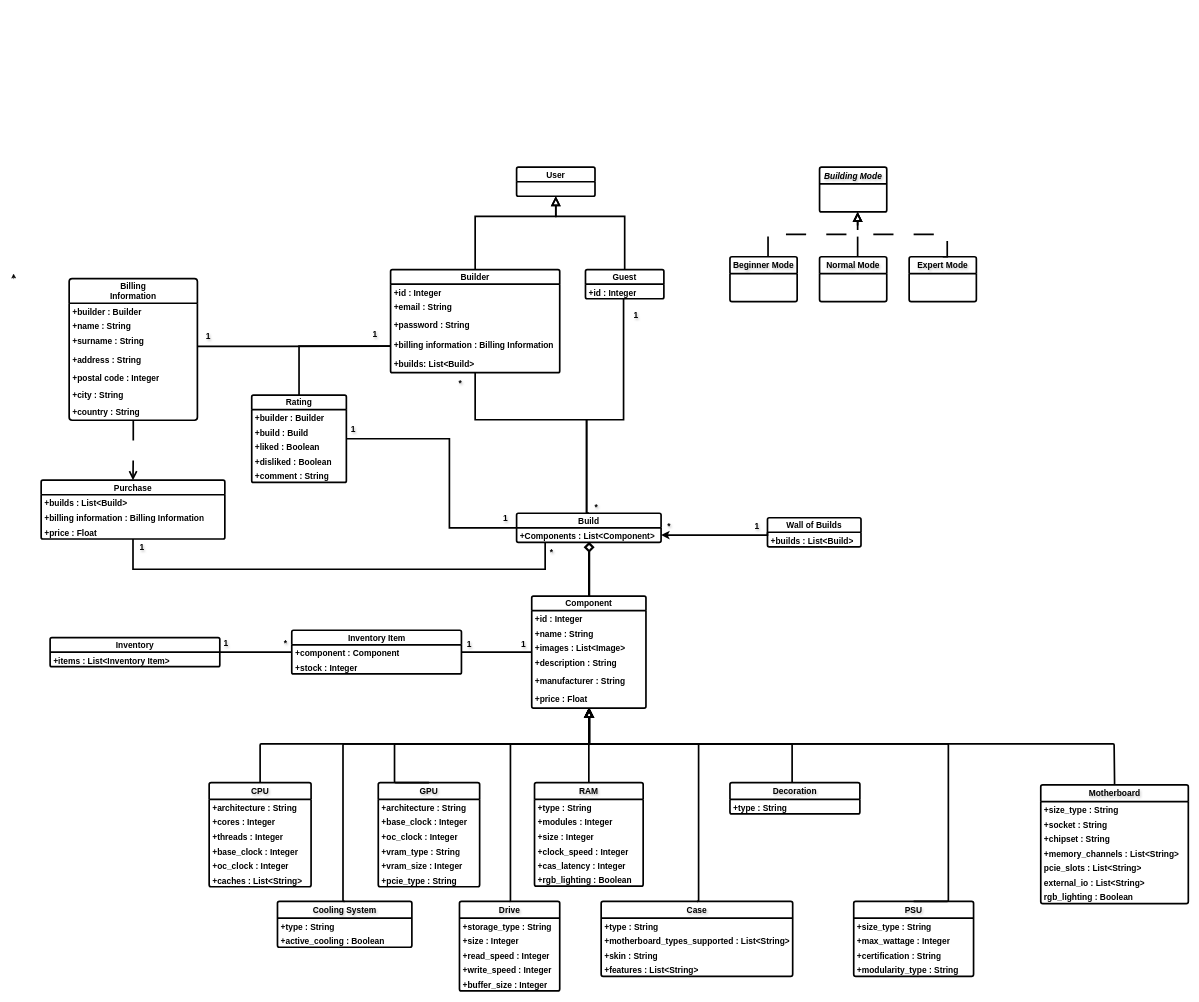
This is Report Files/2ο Παραδοτέο/Domain Model v0.2/domain_model v0.2.drawio from mpapasterg/click-n-build, a draw.io file, before an edit. Source tidied: cells renumbered, new cells numbered last; positions are measured from the earlier drawing's top-left corner, leaving out a move shared by most shapes. Both pictures are drawn from the tidied source at 56%, with x=0, y=0 at pixel (13, 10).
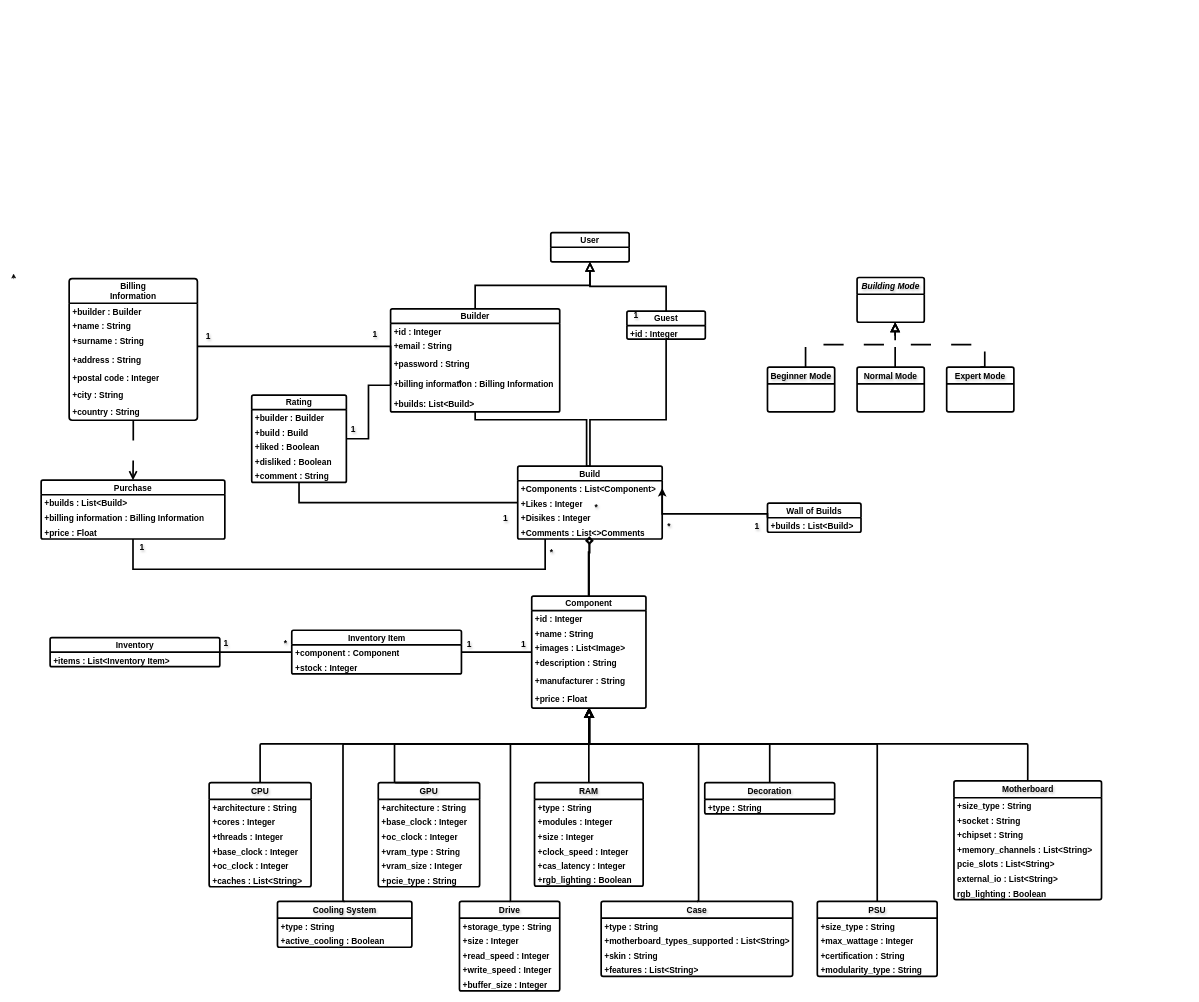
Above is the later version.

Commit message (it also covers changes not shown here):
domain model v0.2 almost ready

The change refers to these unchanged cells:
```xml
<mxCell id="42" value="+Components : List&amp;lt;Component&amp;gt;" style="text;strokeColor=none;fillColor=none;align=left;verticalAlign=top;spacingLeft=4;spacingRight=4;overflow=hidden;points=[[0,0.5],[1,0.5]];portConstraint=eastwest;whiteSpace=wrap;html=1;fontFamily=Helvetica;fontSize=15;fontColor=#000000;fontStyle=1;labelBorderColor=none;labelBackgroundColor=none;" parent="41" vertex="1">
  <mxGeometry y="26" width="258" height="26" as="geometry" />
</mxCell>
<mxCell id="43" value="Component" style="swimlane;fontStyle=1;horizontal=1;startSize=26;fillColor=none;whiteSpace=wrap;html=1;rounded=1;shadow=0;dashed=0;strokeColor=#000000;strokeWidth=3;align=center;verticalAlign=middle;arcSize=4;fontFamily=Helvetica;fontSize=15;fontColor=#000000;labelBorderColor=none;labelBackgroundColor=none;" parent="1" vertex="1">
  <mxGeometry x="925" y="1047" width="204" height="200" as="geometry" />
</mxCell>
<mxCell id="115" value="Rating" style="swimlane;fontStyle=1;horizontal=1;startSize=26;fillColor=none;whiteSpace=wrap;html=1;rounded=1;shadow=0;dashed=0;strokeColor=#000000;strokeWidth=3;align=center;verticalAlign=middle;arcSize=4;fontFamily=Helvetica;fontSize=15;fontColor=#000000;labelBorderColor=none;labelBackgroundColor=none;" parent="1" vertex="1">
  <mxGeometry x="425" y="688" width="169" height="156" as="geometry" />
</mxCell>
```

The edit, as a diff of the source:
```diff
@@
     <mxCell id="6" style="edgeStyle=orthogonalEdgeStyle;rounded=1;jettySize=auto;html=1;endSize=10;endArrow=block;endFill=0;textShadow=1;labelBorderColor=none;strokeColor=#000000;fontColor=#000000;labelBackgroundColor=none;strokeWidth=3;fontSize=15;fontStyle=1;shadow=0;dashed=0;align=center;verticalAlign=middle;arcSize=4;fontFamily=Helvetica;startSize=30;fillColor=none;" parent="1" edge="1" source="92" target="43">
       <mxGeometry relative="1" as="geometry">
         <Array as="points">
-          <mxPoint x="1390" y="1311" />
+          <mxPoint x="1350" y="1311" />
           <mxPoint x="1027" y="1311" />
         </Array>
       </mxGeometry>
     </mxCell>
@@
     <mxCell id="8" style="edgeStyle=orthogonalEdgeStyle;rounded=1;jettySize=auto;html=1;endSize=10;endArrow=block;endFill=0;exitX=0.5;exitY=0;exitDx=0;exitDy=0;textShadow=1;labelBorderColor=none;strokeColor=#000000;fontColor=#000000;labelBackgroundColor=none;strokeWidth=3;fontSize=15;fontStyle=1;shadow=0;dashed=0;align=center;verticalAlign=middle;arcSize=4;fontFamily=Helvetica;startSize=30;fillColor=none;" parent="1" edge="1" source="70" target="43">
       <mxGeometry relative="1" as="geometry">
         <Array as="points">
-          <mxPoint x="1669" y="1311" />
+          <mxPoint x="1542" y="1311" />
           <mxPoint x="1027" y="1311" />
         </Array>
       </mxGeometry>
     </mxCell>
     <mxCell id="9" style="edgeStyle=orthogonalEdgeStyle;rounded=1;jettySize=auto;html=1;endSize=10;endArrow=block;endFill=0;exitX=0.5;exitY=0;exitDx=0;exitDy=0;textShadow=1;labelBorderColor=none;strokeColor=#000000;fontColor=#000000;labelBackgroundColor=none;strokeWidth=3;fontSize=15;fontStyle=1;shadow=0;dashed=0;align=center;verticalAlign=middle;arcSize=4;fontFamily=Helvetica;startSize=30;fillColor=none;" parent="1" edge="1" source="75" target="43">
       <mxGeometry relative="1" as="geometry">
         <Array as="points">
-          <mxPoint x="1965" y="1380" />
-          <mxPoint x="1965" y="1311" />
+          <mxPoint x="1811" y="1311" />
           <mxPoint x="1028" y="1311" />
         </Array>
       </mxGeometry>
     </mxCell>
@@
     <mxCell id="12" value="Builder" style="swimlane;fontStyle=1;horizontal=1;startSize=26;fillColor=none;whiteSpace=wrap;html=1;rounded=1;shadow=0;dashed=0;strokeColor=#000000;strokeWidth=3;align=center;verticalAlign=middle;arcSize=4;fontFamily=Helvetica;fontSize=15;fontColor=#000000;labelBorderColor=none;labelBackgroundColor=none;" parent="1" vertex="1">
-      <mxGeometry x="673" y="464" width="302" height="184" as="geometry" />
+      <mxGeometry x="673" y="534" width="302" height="184" as="geometry" />
     </mxCell>
@@
     <mxCell id="18" value="User" style="swimlane;fontStyle=1;horizontal=1;startSize=26;fillColor=none;whiteSpace=wrap;html=1;rounded=1;shadow=0;dashed=0;strokeColor=#000000;strokeWidth=3;align=center;verticalAlign=middle;arcSize=4;fontFamily=Helvetica;fontSize=15;fontColor=#000000;labelBorderColor=none;labelBackgroundColor=none;" parent="1" vertex="1">
-      <mxGeometry x="898" y="281" width="140" height="52" as="geometry" />
+      <mxGeometry x="959" y="398" width="140" height="52" as="geometry" />
     </mxCell>
     <mxCell id="19" style="endArrow=block;endSize=10;endFill=0;shadow=0;strokeWidth=3;rounded=0;curved=0;edgeStyle=elbowEdgeStyle;elbow=vertical;textShadow=1;labelBorderColor=none;strokeColor=#000000;fontColor=#000000;labelBackgroundColor=none;fontSize=15;fontStyle=1;exitX=0.5;exitY=0;exitDx=0;exitDy=0;entryX=0.5;entryY=1;entryDx=0;entryDy=0;" parent="1" edge="1" source="12" target="18">
-      <mxGeometry relative="1" as="geometry">
-        <Array as="points">
-          <mxPoint x="906" y="369" />
-        </Array>
-      </mxGeometry>
+      <mxGeometry relative="1" as="geometry" />
     </mxCell>
@@
     <mxCell id="21" value="Guest" style="swimlane;fontStyle=1;horizontal=1;startSize=26;fillColor=none;whiteSpace=wrap;html=1;rounded=1;shadow=0;dashed=0;strokeColor=#000000;strokeWidth=3;align=center;verticalAlign=middle;arcSize=4;fontFamily=Helvetica;fontSize=15;fontColor=#000000;labelBorderColor=none;labelBackgroundColor=none;" parent="1" vertex="1">
-      <mxGeometry x="1021" y="464" width="140" height="52" as="geometry" />
+      <mxGeometry x="1095" y="538" width="140" height="50" as="geometry" />
     </mxCell>
     <mxCell id="22" value="+id : Integer" style="text;strokeColor=none;fillColor=none;align=left;verticalAlign=top;spacingLeft=4;spacingRight=4;overflow=hidden;whiteSpace=wrap;html=1;fontFamily=Helvetica;fontSize=15;fontColor=#000000;fontStyle=1;labelBorderColor=none;labelBackgroundColor=none;" parent="21" vertex="1">
-      <mxGeometry y="26" width="140" height="26" as="geometry" />
+      <mxGeometry y="26" width="140" height="24" as="geometry" />
     </mxCell>
     <mxCell id="23" style="endArrow=block;endSize=10;endFill=0;shadow=0;strokeWidth=3;rounded=0;curved=0;edgeStyle=elbowEdgeStyle;elbow=vertical;textShadow=1;labelBorderColor=none;strokeColor=#000000;fontColor=#000000;labelBackgroundColor=none;fontSize=15;fontStyle=1;exitX=0.5;exitY=0;exitDx=0;exitDy=0;entryX=0.5;entryY=1;entryDx=0;entryDy=0;" parent="1" edge="1" source="21" target="18">
-      <mxGeometry relative="1" as="geometry">
-        <Array as="points">
-          <mxPoint x="1037" y="369" />
-        </Array>
-      </mxGeometry>
+      <mxGeometry relative="1" as="geometry" />
     </mxCell>
@@
     <mxCell id="34" value="&lt;i style=&quot;font-size: 15px;&quot;&gt;Building Mode&lt;/i&gt;" style="swimlane;fontStyle=1;horizontal=1;startSize=30;whiteSpace=wrap;html=1;textShadow=1;labelBorderColor=none;strokeColor=#000000;fontColor=#000000;labelBackgroundColor=none;fillColor=none;fontSize=15;strokeWidth=3;rounded=1;shadow=0;dashed=0;align=center;verticalAlign=middle;arcSize=4;fontFamily=Helvetica;" parent="1" vertex="1">
-      <mxGeometry x="1439" y="281" width="120" height="80" as="geometry" />
+      <mxGeometry x="1506" y="478" width="120" height="80" as="geometry" />
     </mxCell>
     <mxCell id="35" value="Beginner Mode" style="swimlane;fontStyle=1;horizontal=1;startSize=30;whiteSpace=wrap;html=1;textShadow=1;labelBorderColor=none;strokeColor=#000000;fontColor=#000000;labelBackgroundColor=none;fillColor=none;fontSize=15;strokeWidth=3;rounded=1;shadow=0;dashed=0;align=center;verticalAlign=middle;arcSize=4;fontFamily=Helvetica;" parent="1" vertex="1">
-      <mxGeometry x="1279" y="441" width="120" height="80" as="geometry" />
+      <mxGeometry x="1346" y="638" width="120" height="80" as="geometry" />
     </mxCell>
     <mxCell id="36" value="Normal Mode" style="swimlane;fontStyle=1;horizontal=1;startSize=30;whiteSpace=wrap;html=1;textShadow=1;labelBorderColor=none;strokeColor=#000000;fontColor=#000000;labelBackgroundColor=none;fillColor=none;fontSize=15;strokeWidth=3;rounded=1;shadow=0;dashed=0;align=center;verticalAlign=middle;arcSize=4;fontFamily=Helvetica;" parent="1" vertex="1">
-      <mxGeometry x="1439" y="441" width="120" height="80" as="geometry" />
+      <mxGeometry x="1506" y="638" width="120" height="80" as="geometry" />
     </mxCell>
     <mxCell id="37" value="Expert Mode" style="swimlane;fontStyle=1;horizontal=1;startSize=30;whiteSpace=wrap;html=1;textShadow=1;labelBorderColor=none;strokeColor=#000000;fontColor=#000000;labelBackgroundColor=none;fillColor=none;fontSize=15;strokeWidth=3;rounded=1;shadow=0;dashed=0;align=center;verticalAlign=middle;arcSize=4;fontFamily=Helvetica;" parent="1" vertex="1">
-      <mxGeometry x="1599" y="441" width="120" height="80" as="geometry" />
+      <mxGeometry x="1666" y="638" width="120" height="80" as="geometry" />
     </mxCell>
     <mxCell id="38" style="edgeStyle=orthogonalEdgeStyle;rounded=0;jettySize=auto;html=1;entryX=0.5;entryY=1;entryDx=0;entryDy=0;dashed=1;dashPattern=12 12;endArrow=block;endFill=0;endSize=10;textShadow=1;labelBorderColor=none;strokeColor=#000000;fontColor=#000000;labelBackgroundColor=none;strokeWidth=3;fontSize=15;fontStyle=1;exitX=0.5;exitY=0;exitDx=0;exitDy=0;" parent="1" edge="1" source="37">
       <mxGeometry relative="1" as="geometry">
-        <mxPoint x="1507" y="361" as="targetPoint" />
+        <mxPoint x="1574" y="558" as="targetPoint" />
         <Array as="points">
-          <mxPoint x="1667" y="441" />
-          <mxPoint x="1667" y="401" />
-          <mxPoint x="1507" y="401" />
+          <mxPoint x="1734" y="638" />
+          <mxPoint x="1734" y="598" />
+          <mxPoint x="1574" y="598" />
         </Array>
       </mxGeometry>
     </mxCell>
     <mxCell id="39" style="edgeStyle=orthogonalEdgeStyle;rounded=0;orthogonalLoop=1;jettySize=auto;html=1;entryX=0.5;entryY=1;entryDx=0;entryDy=0;dashed=1;dashPattern=12 12;endArrow=block;endFill=0;endSize=10;textShadow=1;labelBorderColor=none;strokeColor=#000000;fontColor=#000000;labelBackgroundColor=none;strokeWidth=3;fontSize=15;fontStyle=1;" parent="1" edge="1">
       <mxGeometry relative="1" as="geometry">
-        <mxPoint x="1507" y="441" as="sourcePoint" />
-        <mxPoint x="1507" y="361" as="targetPoint" />
+        <mxPoint x="1574" y="638" as="sourcePoint" />
+        <mxPoint x="1574" y="558" as="targetPoint" />
       </mxGeometry>
     </mxCell>
     <mxCell id="40" style="edgeStyle=orthogonalEdgeStyle;rounded=0;orthogonalLoop=1;jettySize=auto;html=1;entryX=0.5;entryY=1;entryDx=0;entryDy=0;dashed=1;dashPattern=12 12;endArrow=block;endFill=0;endSize=10;textShadow=1;labelBorderColor=none;strokeColor=#000000;fontColor=#000000;labelBackgroundColor=none;strokeWidth=3;fontSize=15;fontStyle=1;" parent="1" edge="1">
       <mxGeometry relative="1" as="geometry">
-        <mxPoint x="1347" y="441" as="sourcePoint" />
-        <mxPoint x="1507" y="361" as="targetPoint" />
+        <mxPoint x="1414" y="638" as="sourcePoint" />
+        <mxPoint x="1574" y="558" as="targetPoint" />
         <Array as="points">
-          <mxPoint x="1347" y="401" />
-          <mxPoint x="1507" y="401" />
+          <mxPoint x="1414" y="598" />
+          <mxPoint x="1574" y="598" />
         </Array>
       </mxGeometry>
     </mxCell>
     <mxCell id="41" value="Build" style="swimlane;fontStyle=1;horizontal=1;startSize=26;fillColor=none;whiteSpace=wrap;html=1;rounded=1;shadow=0;dashed=0;strokeColor=#000000;strokeWidth=3;align=center;verticalAlign=middle;arcSize=4;fontFamily=Helvetica;fontSize=15;fontColor=#000000;labelBorderColor=none;labelBackgroundColor=none;" parent="1" vertex="1">
-      <mxGeometry x="898" y="899" width="258" height="52" as="geometry" />
+      <mxGeometry x="900" y="815" width="258" height="130" as="geometry" />
     </mxCell>
@@
+    <mxCell id="140" value="+Likes : Integer" style="text;strokeColor=none;fillColor=none;align=left;verticalAlign=top;spacingLeft=4;spacingRight=4;overflow=hidden;whiteSpace=wrap;html=1;fontFamily=Helvetica;fontSize=15;fontColor=#000000;fontStyle=1;labelBorderColor=none;labelBackgroundColor=none;" parent="41" vertex="1">
+      <mxGeometry y="52" width="258" height="26" as="geometry" />
+    </mxCell>
+    <mxCell id="141" value="+Disikes : Integer" style="text;strokeColor=none;fillColor=none;align=left;verticalAlign=top;spacingLeft=4;spacingRight=4;overflow=hidden;whiteSpace=wrap;html=1;fontFamily=Helvetica;fontSize=15;fontColor=#000000;fontStyle=1;labelBorderColor=none;labelBackgroundColor=none;" parent="41" vertex="1">
+      <mxGeometry y="78" width="258" height="26" as="geometry" />
+    </mxCell>
+    <mxCell id="142" value="+Comments : List&amp;lt;&amp;gt;Comments" style="text;strokeColor=none;fillColor=none;align=left;verticalAlign=top;spacingLeft=4;spacingRight=4;overflow=hidden;points=[[0,0.5],[1,0.5]];portConstraint=eastwest;whiteSpace=wrap;html=1;fontFamily=Helvetica;fontSize=15;fontColor=#000000;fontStyle=1;labelBorderColor=none;labelBackgroundColor=none;" parent="41" vertex="1">
+      <mxGeometry y="104" width="258" height="26" as="geometry" />
+    </mxCell>
@@
     <mxCell id="70" value="PSU" style="swimlane;fontStyle=1;horizontal=1;startSize=30;whiteSpace=wrap;html=1;textShadow=1;labelBorderColor=none;strokeColor=#000000;fontColor=#000000;labelBackgroundColor=none;fillColor=none;fontSize=15;strokeWidth=3;rounded=1;shadow=0;dashed=0;align=center;verticalAlign=middle;arcSize=4;fontFamily=Helvetica;" parent="1" vertex="1">
-      <mxGeometry x="1500" y="1592" width="214" height="134" as="geometry" />
+      <mxGeometry x="1435" y="1592" width="214" height="134" as="geometry" />
     </mxCell>
@@
     <mxCell id="75" value="Motherboard" style="swimlane;fontStyle=1;horizontal=1;startSize=30;whiteSpace=wrap;html=1;textShadow=1;labelBorderColor=none;strokeColor=#000000;fontColor=#000000;labelBackgroundColor=none;fillColor=none;fontSize=15;strokeWidth=3;rounded=1;shadow=0;dashed=0;align=center;verticalAlign=middle;arcSize=4;fontFamily=Helvetica;" parent="1" vertex="1">
-      <mxGeometry x="1834" y="1384" width="263.5" height="212" as="geometry" />
+      <mxGeometry x="1679" y="1377" width="263.5" height="212" as="geometry" />
     </mxCell>
@@
     <mxCell id="92" value="Decoration" style="swimlane;fontStyle=1;horizontal=1;startSize=30;whiteSpace=wrap;html=1;textShadow=1;labelBorderColor=none;strokeColor=#000000;fontColor=#000000;labelBackgroundColor=none;fillColor=none;fontSize=15;strokeWidth=3;rounded=1;shadow=0;dashed=0;align=center;verticalAlign=middle;arcSize=4;fontFamily=Helvetica;" parent="1" vertex="1">
-      <mxGeometry x="1279" y="1380" width="232" height="56" as="geometry" />
+      <mxGeometry x="1234" y="1380" width="232" height="56" as="geometry" />
     </mxCell>
@@
     <mxCell id="108" value="Wall of Builds" style="swimlane;fontStyle=1;horizontal=1;startSize=26;fillColor=none;whiteSpace=wrap;html=1;rounded=1;shadow=0;dashed=0;strokeColor=#000000;strokeWidth=3;align=center;verticalAlign=middle;arcSize=4;fontFamily=Helvetica;fontSize=15;fontColor=#000000;labelBorderColor=none;labelBackgroundColor=none;" parent="1" vertex="1">
-      <mxGeometry x="1346" y="907" width="167" height="52" as="geometry" />
+      <mxGeometry x="1346" y="881" width="167" height="52" as="geometry" />
     </mxCell>
@@
     <mxCell id="110" style="edgeStyle=orthogonalEdgeStyle;rounded=0;jettySize=auto;html=1;entryX=1;entryY=0.5;entryDx=0;entryDy=0;endArrow=classic;endFill=1;textShadow=1;labelBorderColor=none;strokeColor=#000000;fontColor=#000000;labelBackgroundColor=none;strokeWidth=3;fontSize=15;fontStyle=1;exitX=0;exitY=0.5;exitDx=0;exitDy=0;" parent="1" edge="1" source="108" target="42">
       <mxGeometry relative="1" as="geometry">
         <Array as="points">
-          <mxPoint x="1346" y="938" />
+          <mxPoint x="1158" y="900" />
         </Array>
       </mxGeometry>
     </mxCell>
@@
     <mxCell id="113" style="edgeStyle=orthogonalEdgeStyle;rounded=0;jettySize=auto;html=1;entryX=0;entryY=0.5;entryDx=0;entryDy=0;strokeWidth=3;strokeColor=#000000;endArrow=none;endFill=0;" parent="1" edge="1" source="115" target="41">
       <mxGeometry relative="1" as="geometry">
         <Array as="points">
-          <mxPoint x="778" y="925" />
+          <mxPoint x="510" y="880" />
         </Array>
       </mxGeometry>
     </mxCell>
@@
-    <mxCell id="131" style="edgeStyle=orthogonalEdgeStyle;rounded=0;jettySize=auto;html=1;entryX=0.502;entryY=0.962;entryDx=0;entryDy=0;entryPerimeter=0;endArrow=diamond;endFill=0;strokeWidth=4;strokeColor=#000000;targetPerimeterSpacing=0;endSize=10;" parent="1" edge="1" source="43" target="42">
-      <mxGeometry relative="1" as="geometry">
-        <Array as="points">
-          <mxPoint x="1028" y="951" />
-        </Array>
-      </mxGeometry>
-    </mxCell>
@@
+    <mxCell id="143" style="edgeStyle=orthogonalEdgeStyle;rounded=0;jettySize=auto;html=1;exitX=0.5;exitY=0;exitDx=0;exitDy=0;entryX=0.496;entryY=0.816;entryDx=0;entryDy=0;entryPerimeter=0;endArrow=diamond;endFill=0;strokeColor=#000000;strokeWidth=4;" parent="1" edge="1" source="43" target="142">
+      <mxGeometry relative="1" as="geometry">
+        <Array as="points">
+          <mxPoint x="1027" y="969" />
+        </Array>
+      </mxGeometry>
+    </mxCell>
```
